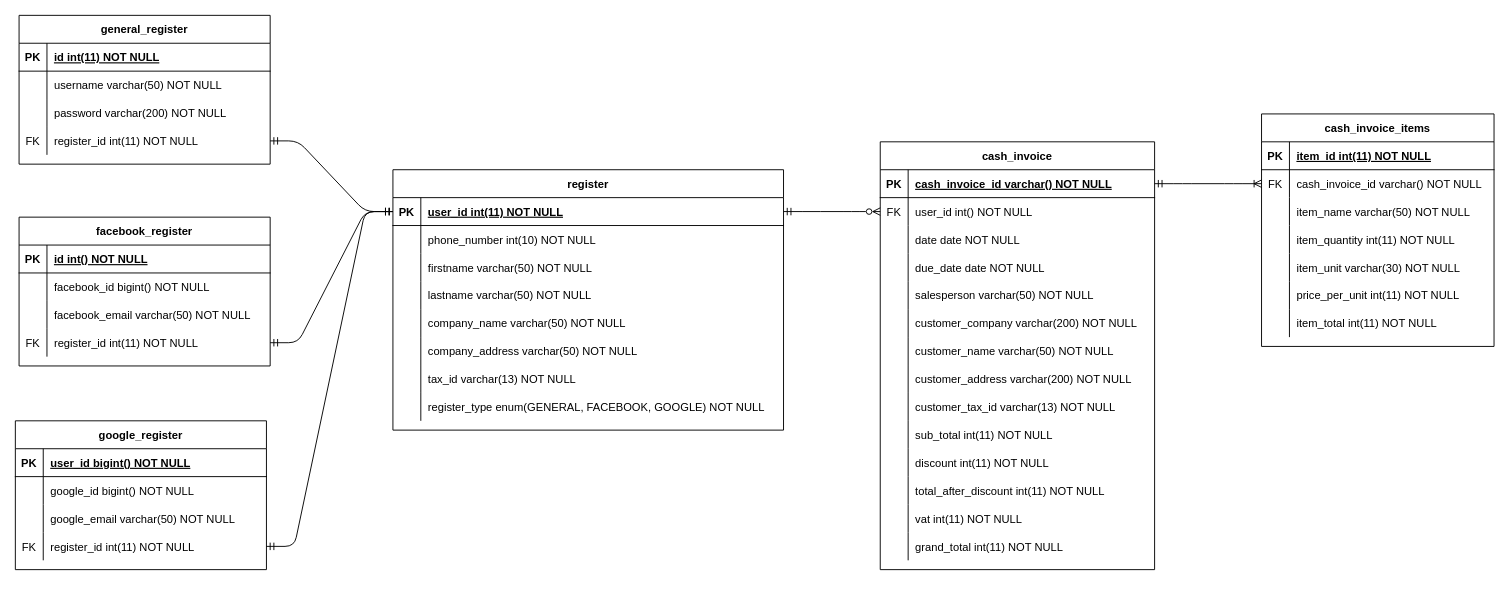
Before: mungtaro.drawio in bobow22/Flowaccount, a draw.io diagram. Source tidied: cells renumbered, new cells numbered last; positions are measured from the earlier drawing's top-left corner, leaving out a move shared by most shapes. Both pictures are drawn from the tidied source at 93%, with x=0, y=0 at pixel (15, 15).
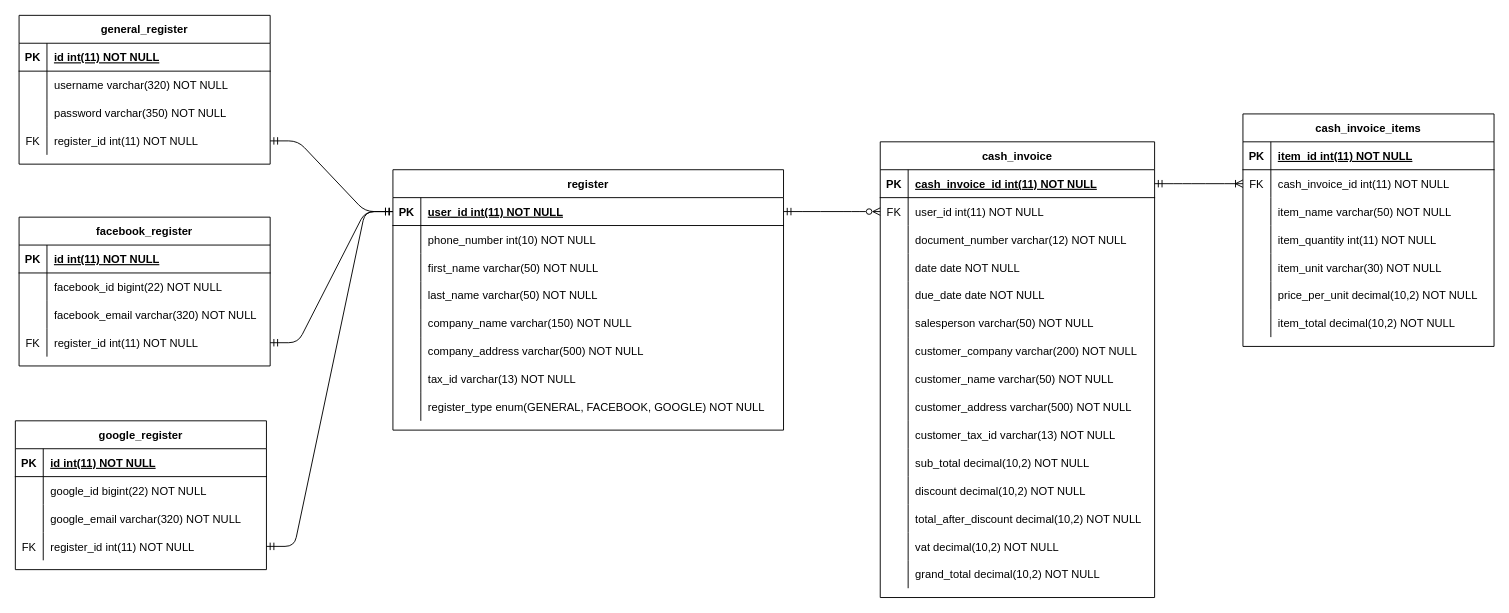
The same diagram, later.

The change refers to these unchanged cells:
```xml
<mxCell id="4" style="shape=partialRectangle;fillColor=none;points=[[0,0.5],[1,0.5]];portConstraint=eastwest;top=0;left=0;right=0;bottom=1;" parent="3" vertex="1">
  <mxGeometry y="30" width="295" height="30" as="geometry" />
</mxCell>
<mxCell id="7" style="shape=partialRectangle;fillColor=none;points=[[0,0.5],[1,0.5]];portConstraint=eastwest;top=0;left=0;right=0;bottom=0;" parent="3" vertex="1">
  <mxGeometry y="60" width="295" height="30" as="geometry" />
</mxCell>
<mxCell id="75" style="shape=partialRectangle;fillColor=none;top=0;left=0;right=0;bottom=0;" parent="68" vertex="1">
  <mxGeometry y="90" width="420" height="30" as="geometry" />
</mxCell>
<mxCell id="78" style="shape=partialRectangle;fillColor=none;top=0;left=0;right=0;bottom=0;" parent="68" vertex="1">
  <mxGeometry y="120" width="420" height="30" as="geometry" />
</mxCell>
<mxCell id="81" style="shape=partialRectangle;fillColor=none;top=0;left=0;right=0;bottom=0;" parent="68" vertex="1">
  <mxGeometry y="150" width="420" height="30" as="geometry" />
</mxCell>
<mxCell id="84" style="shape=partialRectangle;fillColor=none;top=0;left=0;right=0;bottom=0;" parent="68" vertex="1">
  <mxGeometry y="180" width="420" height="30" as="geometry" />
</mxCell>
<mxCell id="94" style="shape=partialRectangle;fillColor=none;top=0;left=0;right=0;bottom=1;" parent="93" vertex="1">
  <mxGeometry y="30" width="270" height="30" as="geometry" />
</mxCell>
<mxCell id="97" style="shape=partialRectangle;fillColor=none;top=0;left=0;right=0;bottom=0;" parent="93" vertex="1">
  <mxGeometry y="60" width="270" height="30" as="geometry" />
</mxCell>
<mxCell id="100" style="shape=partialRectangle;fillColor=none;top=0;left=0;right=0;bottom=0;" parent="93" vertex="1">
  <mxGeometry y="90" width="270" height="30" as="geometry" />
</mxCell>
<mxCell id="107" style="shape=partialRectangle;fillColor=none;top=0;left=0;right=0;bottom=1;" parent="106" vertex="1">
  <mxGeometry y="30" width="270" height="30" as="geometry" />
</mxCell>
<mxCell id="110" style="shape=partialRectangle;fillColor=none;top=0;left=0;right=0;bottom=0;" parent="106" vertex="1">
  <mxGeometry y="60" width="270" height="30" as="geometry" />
</mxCell>
<mxCell id="113" style="shape=partialRectangle;fillColor=none;top=0;left=0;right=0;bottom=0;" parent="106" vertex="1">
  <mxGeometry y="90" width="270" height="30" as="geometry" />
</mxCell>
<mxCell id="123" style="shape=partialRectangle;fillColor=none;top=0;left=0;right=0;bottom=0;" parent="119" vertex="1">
  <mxGeometry y="60" width="270" height="30" as="geometry" />
</mxCell>
<mxCell id="126" style="shape=partialRectangle;fillColor=none;top=0;left=0;right=0;bottom=0;" parent="119" vertex="1">
  <mxGeometry y="90" width="270" height="30" as="geometry" />
</mxCell>
```

Change to the diagram source:
```diff
@@
     <mxCell id="3" value="cash_invoice" style="shape=table;startSize=30;childLayout=tableLayout;rowLines=0;fontStyle=1;align=center;" parent="1" vertex="1">
-      <mxGeometry x="930" y="136" width="295" height="460" as="geometry" />
+      <mxGeometry x="930" y="136" width="295" height="490" as="geometry" />
     </mxCell>
@@
-    <mxCell id="6" value="cash_invoice_id varchar() NOT NULL " style="shape=partialRectangle;overflow=hidden;fillColor=none;top=0;left=0;bottom=0;right=0;align=left;spacingLeft=6;fontStyle=5;" parent="4" vertex="1">
+    <mxCell id="6" value="cash_invoice_id int(11) NOT NULL " style="shape=partialRectangle;overflow=hidden;fillColor=none;top=0;left=0;bottom=0;right=0;align=left;spacingLeft=6;fontStyle=5;" parent="4" vertex="1">
       <mxGeometry x="30" width="265" height="30" as="geometry" />
     </mxCell>
@@
-    <mxCell id="9" value="user_id int() NOT NULL" style="shape=partialRectangle;overflow=hidden;fillColor=none;top=0;left=0;bottom=0;right=0;align=left;spacingLeft=6;" parent="7" vertex="1">
+    <mxCell id="9" value="user_id int(11) NOT NULL" style="shape=partialRectangle;overflow=hidden;fillColor=none;top=0;left=0;bottom=0;right=0;align=left;spacingLeft=6;" parent="7" vertex="1">
       <mxGeometry x="30" width="265" height="30" as="geometry" />
     </mxCell>
+    <mxCell id="136" style="shape=partialRectangle;fillColor=none;top=0;left=0;right=0;bottom=0;" parent="3" vertex="1">
+      <mxGeometry y="90" width="295" height="30" as="geometry" />
+    </mxCell>
+    <mxCell id="137" style="shape=partialRectangle;overflow=hidden;fillColor=none;top=0;left=0;bottom=0;right=0;" parent="136" vertex="1">
+      <mxGeometry width="30" height="30" as="geometry" />
+    </mxCell>
+    <mxCell id="138" value="document_number varchar(12) NOT NULL" style="shape=partialRectangle;overflow=hidden;fillColor=none;top=0;left=0;bottom=0;right=0;align=left;spacingLeft=6;" parent="136" vertex="1">
+      <mxGeometry x="30" width="265" height="30" as="geometry" />
+    </mxCell>
     <mxCell id="10" style="shape=partialRectangle;fillColor=none;top=0;left=0;right=0;bottom=0;" parent="3" vertex="1">
-      <mxGeometry y="90" width="295" height="30" as="geometry" />
+      <mxGeometry y="120" width="295" height="30" as="geometry" />
     </mxCell>
@@
     <mxCell id="13" style="shape=partialRectangle;fillColor=none;top=0;left=0;right=0;bottom=0;" parent="3" vertex="1">
-      <mxGeometry y="120" width="295" height="30" as="geometry" />
+      <mxGeometry y="150" width="295" height="30" as="geometry" />
     </mxCell>
@@
     <mxCell id="16" style="shape=partialRectangle;fillColor=none;top=0;left=0;right=0;bottom=0;" parent="3" vertex="1">
-      <mxGeometry y="150" width="295" height="30" as="geometry" />
+      <mxGeometry y="180" width="295" height="30" as="geometry" />
     </mxCell>
@@
     <mxCell id="19" style="shape=partialRectangle;fillColor=none;top=0;left=0;right=0;bottom=0;" parent="3" vertex="1">
-      <mxGeometry y="180" width="295" height="30" as="geometry" />
+      <mxGeometry y="210" width="295" height="30" as="geometry" />
     </mxCell>
@@
     <mxCell id="22" style="shape=partialRectangle;fillColor=none;top=0;left=0;right=0;bottom=0;" parent="3" vertex="1">
-      <mxGeometry y="210" width="295" height="30" as="geometry" />
+      <mxGeometry y="240" width="295" height="30" as="geometry" />
     </mxCell>
@@
     <mxCell id="25" style="shape=partialRectangle;fillColor=none;top=0;left=0;right=0;bottom=0;" parent="3" vertex="1">
-      <mxGeometry y="240" width="295" height="30" as="geometry" />
+      <mxGeometry y="270" width="295" height="30" as="geometry" />
     </mxCell>
@@
-    <mxCell id="27" value="customer_address varchar(200) NOT NULL" style="shape=partialRectangle;overflow=hidden;fillColor=none;top=0;left=0;bottom=0;right=0;align=left;spacingLeft=6;" parent="25" vertex="1">
+    <mxCell id="27" value="customer_address varchar(500) NOT NULL" style="shape=partialRectangle;overflow=hidden;fillColor=none;top=0;left=0;bottom=0;right=0;align=left;spacingLeft=6;" parent="25" vertex="1">
       <mxGeometry x="30" width="265" height="30" as="geometry" />
     </mxCell>
     <mxCell id="28" style="shape=partialRectangle;fillColor=none;top=0;left=0;right=0;bottom=0;" parent="3" vertex="1">
-      <mxGeometry y="270" width="295" height="30" as="geometry" />
+      <mxGeometry y="300" width="295" height="30" as="geometry" />
     </mxCell>
@@
     <mxCell id="31" style="shape=partialRectangle;fillColor=none;top=0;left=0;right=0;bottom=0;" parent="3" vertex="1">
-      <mxGeometry y="300" width="295" height="30" as="geometry" />
+      <mxGeometry y="330" width="295" height="30" as="geometry" />
     </mxCell>
@@
-    <mxCell id="33" value="sub_total int(11) NOT NULL" style="shape=partialRectangle;overflow=hidden;fillColor=none;top=0;left=0;bottom=0;right=0;align=left;spacingLeft=6;" parent="31" vertex="1">
+    <mxCell id="33" value="sub_total decimal(10,2) NOT NULL" style="shape=partialRectangle;overflow=hidden;fillColor=none;top=0;left=0;bottom=0;right=0;align=left;spacingLeft=6;" parent="31" vertex="1">
       <mxGeometry x="30" width="265" height="30" as="geometry" />
     </mxCell>
     <mxCell id="34" style="shape=partialRectangle;fillColor=none;top=0;left=0;right=0;bottom=0;" parent="3" vertex="1">
-      <mxGeometry y="330" width="295" height="30" as="geometry" />
+      <mxGeometry y="360" width="295" height="30" as="geometry" />
     </mxCell>
@@
-    <mxCell id="36" value="discount int(11) NOT NULL" style="shape=partialRectangle;overflow=hidden;fillColor=none;top=0;left=0;bottom=0;right=0;align=left;spacingLeft=6;" parent="34" vertex="1">
+    <mxCell id="36" value="discount decimal(10,2) NOT NULL" style="shape=partialRectangle;overflow=hidden;fillColor=none;top=0;left=0;bottom=0;right=0;align=left;spacingLeft=6;" parent="34" vertex="1">
       <mxGeometry x="30" width="265" height="30" as="geometry" />
     </mxCell>
     <mxCell id="37" style="shape=partialRectangle;fillColor=none;top=0;left=0;right=0;bottom=0;" parent="3" vertex="1">
-      <mxGeometry y="360" width="295" height="30" as="geometry" />
+      <mxGeometry y="390" width="295" height="30" as="geometry" />
     </mxCell>
@@
-    <mxCell id="39" value="total_after_discount int(11) NOT NULL" style="shape=partialRectangle;overflow=hidden;fillColor=none;top=0;left=0;bottom=0;right=0;align=left;spacingLeft=6;" parent="37" vertex="1">
+    <mxCell id="39" value="total_after_discount decimal(10,2) NOT NULL" style="shape=partialRectangle;overflow=hidden;fillColor=none;top=0;left=0;bottom=0;right=0;align=left;spacingLeft=6;" parent="37" vertex="1">
       <mxGeometry x="30" width="265" height="30" as="geometry" />
     </mxCell>
     <mxCell id="40" style="shape=partialRectangle;fillColor=none;top=0;left=0;right=0;bottom=0;" parent="3" vertex="1">
-      <mxGeometry y="390" width="295" height="30" as="geometry" />
+      <mxGeometry y="420" width="295" height="30" as="geometry" />
     </mxCell>
@@
-    <mxCell id="42" value="vat int(11) NOT NULL" style="shape=partialRectangle;overflow=hidden;fillColor=none;top=0;left=0;bottom=0;right=0;align=left;spacingLeft=6;" parent="40" vertex="1">
+    <mxCell id="42" value="vat decimal(10,2) NOT NULL" style="shape=partialRectangle;overflow=hidden;fillColor=none;top=0;left=0;bottom=0;right=0;align=left;spacingLeft=6;" parent="40" vertex="1">
       <mxGeometry x="30" width="265" height="30" as="geometry" />
     </mxCell>
     <mxCell id="43" style="shape=partialRectangle;fillColor=none;top=0;left=0;right=0;bottom=0;" parent="3" vertex="1">
-      <mxGeometry y="420" width="295" height="30" as="geometry" />
+      <mxGeometry y="450" width="295" height="30" as="geometry" />
     </mxCell>
@@
-    <mxCell id="45" value="grand_total int(11) NOT NULL" style="shape=partialRectangle;overflow=hidden;fillColor=none;top=0;left=0;bottom=0;right=0;align=left;spacingLeft=6;" parent="43" vertex="1">
+    <mxCell id="45" value="grand_total decimal(10,2) NOT NULL" style="shape=partialRectangle;overflow=hidden;fillColor=none;top=0;left=0;bottom=0;right=0;align=left;spacingLeft=6;" parent="43" vertex="1">
       <mxGeometry x="30" width="265" height="30" as="geometry" />
     </mxCell>
     <mxCell id="46" value="cash_invoice_items" style="shape=table;startSize=30;childLayout=tableLayout;rowLines=0;fontStyle=1;align=center;" parent="1" vertex="1">
-      <mxGeometry x="1340" y="106" width="250" height="250" as="geometry" />
+      <mxGeometry x="1320" y="106" width="270" height="250" as="geometry" />
     </mxCell>
     <mxCell id="47" style="shape=partialRectangle;fillColor=none;top=0;left=0;right=0;bottom=1;" parent="46" vertex="1">
-      <mxGeometry y="30" width="250" height="30" as="geometry" />
+      <mxGeometry y="30" width="270" height="30" as="geometry" />
     </mxCell>
@@
     <mxCell id="49" value="item_id int(11) NOT NULL " style="shape=partialRectangle;overflow=hidden;fillColor=none;top=0;left=0;bottom=0;right=0;align=left;spacingLeft=6;fontStyle=5;" parent="47" vertex="1">
-      <mxGeometry x="30" width="220" height="30" as="geometry" />
+      <mxGeometry x="30" width="240" height="30" as="geometry" />
     </mxCell>
     <mxCell id="50" style="shape=partialRectangle;fillColor=none;points=[[0,0.5],[1,0.5]];portConstraint=eastwest;top=0;left=0;right=0;bottom=0;" parent="46" vertex="1">
-      <mxGeometry y="60" width="250" height="30" as="geometry" />
+      <mxGeometry y="60" width="270" height="30" as="geometry" />
     </mxCell>
@@
-    <mxCell id="52" value="cash_invoice_id varchar() NOT NULL" style="shape=partialRectangle;overflow=hidden;fillColor=none;top=0;left=0;bottom=0;right=0;align=left;spacingLeft=6;" parent="50" vertex="1">
-      <mxGeometry x="30" width="220" height="30" as="geometry" />
+    <mxCell id="52" value="cash_invoice_id int(11) NOT NULL" style="shape=partialRectangle;overflow=hidden;fillColor=none;top=0;left=0;bottom=0;right=0;align=left;spacingLeft=6;" parent="50" vertex="1">
+      <mxGeometry x="30" width="240" height="30" as="geometry" />
     </mxCell>
     <mxCell id="53" style="shape=partialRectangle;fillColor=none;top=0;left=0;right=0;bottom=0;" parent="46" vertex="1">
-      <mxGeometry y="90" width="250" height="30" as="geometry" />
+      <mxGeometry y="90" width="270" height="30" as="geometry" />
     </mxCell>
@@
     <mxCell id="55" value="item_name varchar(50) NOT NULL" style="shape=partialRectangle;overflow=hidden;fillColor=none;top=0;left=0;bottom=0;right=0;align=left;spacingLeft=6;" parent="53" vertex="1">
-      <mxGeometry x="30" width="220" height="30" as="geometry" />
+      <mxGeometry x="30" width="240" height="30" as="geometry" />
     </mxCell>
     <mxCell id="56" style="shape=partialRectangle;fillColor=none;top=0;left=0;right=0;bottom=0;" parent="46" vertex="1">
-      <mxGeometry y="120" width="250" height="30" as="geometry" />
+      <mxGeometry y="120" width="270" height="30" as="geometry" />
     </mxCell>
@@
     <mxCell id="58" value="item_quantity int(11) NOT NULL" style="shape=partialRectangle;overflow=hidden;fillColor=none;top=0;left=0;bottom=0;right=0;align=left;spacingLeft=6;" parent="56" vertex="1">
-      <mxGeometry x="30" width="220" height="30" as="geometry" />
+      <mxGeometry x="30" width="240" height="30" as="geometry" />
     </mxCell>
     <mxCell id="59" style="shape=partialRectangle;fillColor=none;top=0;left=0;right=0;bottom=0;" parent="46" vertex="1">
-      <mxGeometry y="150" width="250" height="30" as="geometry" />
+      <mxGeometry y="150" width="270" height="30" as="geometry" />
     </mxCell>
@@
     <mxCell id="61" value="item_unit varchar(30) NOT NULL" style="shape=partialRectangle;overflow=hidden;fillColor=none;top=0;left=0;bottom=0;right=0;align=left;spacingLeft=6;" parent="59" vertex="1">
-      <mxGeometry x="30" width="220" height="30" as="geometry" />
+      <mxGeometry x="30" width="240" height="30" as="geometry" />
     </mxCell>
     <mxCell id="62" style="shape=partialRectangle;fillColor=none;top=0;left=0;right=0;bottom=0;" parent="46" vertex="1">
-      <mxGeometry y="180" width="250" height="30" as="geometry" />
+      <mxGeometry y="180" width="270" height="30" as="geometry" />
     </mxCell>
@@
-    <mxCell id="64" value="price_per_unit int(11) NOT NULL" style="shape=partialRectangle;overflow=hidden;fillColor=none;top=0;left=0;bottom=0;right=0;align=left;spacingLeft=6;" parent="62" vertex="1">
-      <mxGeometry x="30" width="220" height="30" as="geometry" />
+    <mxCell id="64" value="price_per_unit decimal(10,2) NOT NULL" style="shape=partialRectangle;overflow=hidden;fillColor=none;top=0;left=0;bottom=0;right=0;align=left;spacingLeft=6;" parent="62" vertex="1">
+      <mxGeometry x="30" width="240" height="30" as="geometry" />
     </mxCell>
     <mxCell id="65" style="shape=partialRectangle;fillColor=none;top=0;left=0;right=0;bottom=0;" parent="46" vertex="1">
-      <mxGeometry y="210" width="250" height="30" as="geometry" />
+      <mxGeometry y="210" width="270" height="30" as="geometry" />
     </mxCell>
@@
-    <mxCell id="67" value="item_total int(11) NOT NULL" style="shape=partialRectangle;overflow=hidden;fillColor=none;top=0;left=0;bottom=0;right=0;align=left;spacingLeft=6;" parent="65" vertex="1">
-      <mxGeometry x="30" width="220" height="30" as="geometry" />
+    <mxCell id="67" value="item_total decimal(10,2) NOT NULL" style="shape=partialRectangle;overflow=hidden;fillColor=none;top=0;left=0;bottom=0;right=0;align=left;spacingLeft=6;" parent="65" vertex="1">
+      <mxGeometry x="30" width="240" height="30" as="geometry" />
     </mxCell>
@@
-    <mxCell id="77" value="firstname varchar(50) NOT NULL" style="shape=partialRectangle;overflow=hidden;fillColor=none;top=0;left=0;bottom=0;right=0;align=left;spacingLeft=6;" parent="75" vertex="1">
+    <mxCell id="77" value="first_name varchar(50) NOT NULL" style="shape=partialRectangle;overflow=hidden;fillColor=none;top=0;left=0;bottom=0;right=0;align=left;spacingLeft=6;" parent="75" vertex="1">
       <mxGeometry x="30" width="390" height="30" as="geometry" />
     </mxCell>
@@
-    <mxCell id="80" value="lastname varchar(50) NOT NULL" style="shape=partialRectangle;overflow=hidden;fillColor=none;top=0;left=0;bottom=0;right=0;align=left;spacingLeft=6;" parent="78" vertex="1">
+    <mxCell id="80" value="last_name varchar(50) NOT NULL" style="shape=partialRectangle;overflow=hidden;fillColor=none;top=0;left=0;bottom=0;right=0;align=left;spacingLeft=6;" parent="78" vertex="1">
       <mxGeometry x="30" width="390" height="30" as="geometry" />
     </mxCell>
@@
-    <mxCell id="83" value="company_name varchar(50) NOT NULL" style="shape=partialRectangle;overflow=hidden;fillColor=none;top=0;left=0;bottom=0;right=0;align=left;spacingLeft=6;" parent="81" vertex="1">
+    <mxCell id="83" value="company_name varchar(150) NOT NULL" style="shape=partialRectangle;overflow=hidden;fillColor=none;top=0;left=0;bottom=0;right=0;align=left;spacingLeft=6;" parent="81" vertex="1">
       <mxGeometry x="30" width="390" height="30" as="geometry" />
     </mxCell>
@@
-    <mxCell id="86" value="company_address varchar(50) NOT NULL" style="shape=partialRectangle;overflow=hidden;fillColor=none;top=0;left=0;bottom=0;right=0;align=left;spacingLeft=6;" parent="84" vertex="1">
+    <mxCell id="86" value="company_address varchar(500) NOT NULL" style="shape=partialRectangle;overflow=hidden;fillColor=none;top=0;left=0;bottom=0;right=0;align=left;spacingLeft=6;" parent="84" vertex="1">
       <mxGeometry x="30" width="390" height="30" as="geometry" />
     </mxCell>
@@
-    <mxCell id="96" value="id int() NOT NULL " style="shape=partialRectangle;overflow=hidden;fillColor=none;top=0;left=0;bottom=0;right=0;align=left;spacingLeft=6;fontStyle=5;" parent="94" vertex="1">
+    <mxCell id="96" value="id int(11) NOT NULL " style="shape=partialRectangle;overflow=hidden;fillColor=none;top=0;left=0;bottom=0;right=0;align=left;spacingLeft=6;fontStyle=5;" parent="94" vertex="1">
       <mxGeometry x="30" width="240" height="30" as="geometry" />
     </mxCell>
@@
-    <mxCell id="99" value="facebook_id bigint() NOT NULL" style="shape=partialRectangle;overflow=hidden;fillColor=none;top=0;left=0;bottom=0;right=0;align=left;spacingLeft=6;" parent="97" vertex="1">
+    <mxCell id="99" value="facebook_id bigint(22) NOT NULL" style="shape=partialRectangle;overflow=hidden;fillColor=none;top=0;left=0;bottom=0;right=0;align=left;spacingLeft=6;" parent="97" vertex="1">
       <mxGeometry x="30" width="240" height="30" as="geometry" />
     </mxCell>
@@
-    <mxCell id="102" value="facebook_email varchar(50) NOT NULL" style="shape=partialRectangle;overflow=hidden;fillColor=none;top=0;left=0;bottom=0;right=0;align=left;spacingLeft=6;" parent="100" vertex="1">
+    <mxCell id="102" value="facebook_email varchar(320) NOT NULL" style="shape=partialRectangle;overflow=hidden;fillColor=none;top=0;left=0;bottom=0;right=0;align=left;spacingLeft=6;" parent="100" vertex="1">
       <mxGeometry x="30" width="240" height="30" as="geometry" />
     </mxCell>
@@
-    <mxCell id="109" value="user_id bigint() NOT NULL " style="shape=partialRectangle;overflow=hidden;fillColor=none;top=0;left=0;bottom=0;right=0;align=left;spacingLeft=6;fontStyle=5;" parent="107" vertex="1">
+    <mxCell id="109" value="id int(11) NOT NULL " style="shape=partialRectangle;overflow=hidden;fillColor=none;top=0;left=0;bottom=0;right=0;align=left;spacingLeft=6;fontStyle=5;" parent="107" vertex="1">
       <mxGeometry x="30" width="240" height="30" as="geometry" />
     </mxCell>
@@
-    <mxCell id="112" value="google_id bigint() NOT NULL" style="shape=partialRectangle;overflow=hidden;fillColor=none;top=0;left=0;bottom=0;right=0;align=left;spacingLeft=6;" parent="110" vertex="1">
+    <mxCell id="112" value="google_id bigint(22) NOT NULL" style="shape=partialRectangle;overflow=hidden;fillColor=none;top=0;left=0;bottom=0;right=0;align=left;spacingLeft=6;" parent="110" vertex="1">
       <mxGeometry x="30" width="240" height="30" as="geometry" />
     </mxCell>
@@
-    <mxCell id="115" value="google_email varchar(50) NOT NULL" style="shape=partialRectangle;overflow=hidden;fillColor=none;top=0;left=0;bottom=0;right=0;align=left;spacingLeft=6;" parent="113" vertex="1">
+    <mxCell id="115" value="google_email varchar(320) NOT NULL" style="shape=partialRectangle;overflow=hidden;fillColor=none;top=0;left=0;bottom=0;right=0;align=left;spacingLeft=6;" parent="113" vertex="1">
       <mxGeometry x="30" width="240" height="30" as="geometry" />
     </mxCell>
@@
-    <mxCell id="125" value="username varchar(50) NOT NULL" style="shape=partialRectangle;overflow=hidden;fillColor=none;top=0;left=0;bottom=0;right=0;align=left;spacingLeft=6;" parent="123" vertex="1">
+    <mxCell id="125" value="username varchar(320) NOT NULL" style="shape=partialRectangle;overflow=hidden;fillColor=none;top=0;left=0;bottom=0;right=0;align=left;spacingLeft=6;" parent="123" vertex="1">
       <mxGeometry x="30" width="240" height="30" as="geometry" />
     </mxCell>
@@
-    <mxCell id="128" value="password varchar(200) NOT NULL" style="shape=partialRectangle;overflow=hidden;fillColor=none;top=0;left=0;bottom=0;right=0;align=left;spacingLeft=6;" parent="126" vertex="1">
+    <mxCell id="128" value="password varchar(350) NOT NULL" style="shape=partialRectangle;overflow=hidden;fillColor=none;top=0;left=0;bottom=0;right=0;align=left;spacingLeft=6;" parent="126" vertex="1">
       <mxGeometry x="30" width="240" height="30" as="geometry" />
     </mxCell>
```
